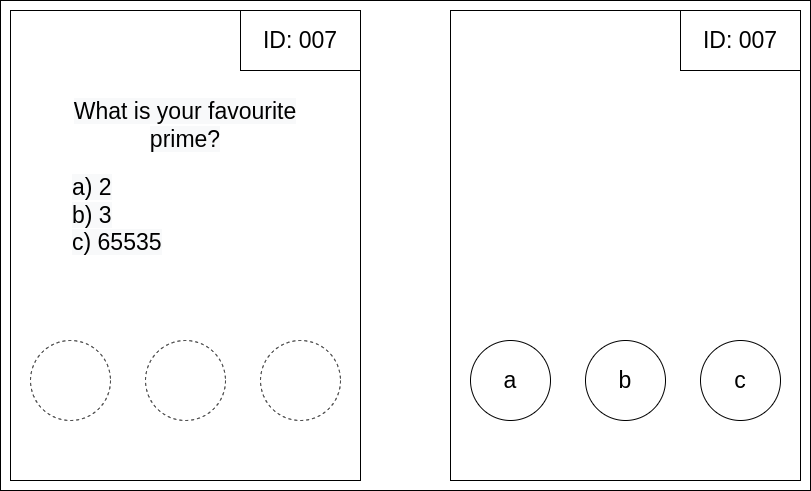
Before: punchscan/resources/high_level_ballot.drawio.png, a diagram exported from draw.io (Lavode/41506-seminar-cryptography-and-data-security). Source tidied: cells renumbered, new cells last; positions are measured from the earlier drawing's top-left corner, leaving out a move shared by most shapes. The source it was exported from:
```xml
<mxGraphModel>
  <root>
    <mxCell id="0" />
    <mxCell id="1" parent="0" />
    <mxCell id="2" style="rounded=0;whiteSpace=wrap;html=1;fontSize=23;" parent="1" vertex="1">
      <mxGeometry width="810" height="490" as="geometry" />
    </mxCell>
    <mxCell id="3" style="group;spacingLeft=17;" parent="1" vertex="1">
      <mxGeometry x="10" y="10" width="350" height="470" as="geometry" />
    </mxCell>
    <mxCell id="4" style="rounded=0;whiteSpace=wrap;html=1;" parent="3" vertex="1">
      <mxGeometry width="350" height="470" as="geometry" />
    </mxCell>
    <mxCell id="5" value="ID: 007" style="rounded=0;whiteSpace=wrap;html=1;fontSize=23;" parent="3" vertex="1">
      <mxGeometry x="230" width="120" height="60" as="geometry" />
    </mxCell>
    <mxCell id="6" style="ellipse;whiteSpace=wrap;html=1;fontSize=23;dashed=1;" parent="3" vertex="1">
      <mxGeometry x="20" y="330" width="80" height="80" as="geometry" />
    </mxCell>
    <mxCell id="7" style="ellipse;whiteSpace=wrap;html=1;fontSize=23;dashed=1;" parent="3" vertex="1">
      <mxGeometry x="135" y="330" width="80" height="80" as="geometry" />
    </mxCell>
    <mxCell id="8" style="ellipse;whiteSpace=wrap;html=1;fontSize=23;dashed=1;" parent="3" vertex="1">
      <mxGeometry x="250" y="330" width="80" height="80" as="geometry" />
    </mxCell>
    <mxCell id="9" value="&lt;span style=&quot;color: rgb(0, 0, 0); font-family: Helvetica; font-size: 23px; font-style: normal; font-variant-ligatures: normal; font-variant-caps: normal; font-weight: 400; letter-spacing: normal; orphans: 2; text-indent: 0px; text-transform: none; widows: 2; word-spacing: 0px; -webkit-text-stroke-width: 0px; background-color: rgb(248, 249, 250); text-decoration-thickness: initial; text-decoration-style: initial; text-decoration-color: initial; float: none; display: inline !important;&quot;&gt;a) 2&lt;/span&gt;&lt;br style=&quot;color: rgb(0, 0, 0); font-family: Helvetica; font-size: 23px; font-style: normal; font-variant-ligatures: normal; font-variant-caps: normal; font-weight: 400; letter-spacing: normal; orphans: 2; text-indent: 0px; text-transform: none; widows: 2; word-spacing: 0px; -webkit-text-stroke-width: 0px; background-color: rgb(248, 249, 250); text-decoration-thickness: initial; text-decoration-style: initial; text-decoration-color: initial;&quot;&gt;&lt;span style=&quot;color: rgb(0, 0, 0); font-family: Helvetica; font-size: 23px; font-style: normal; font-variant-ligatures: normal; font-variant-caps: normal; font-weight: 400; letter-spacing: normal; orphans: 2; text-indent: 0px; text-transform: none; widows: 2; word-spacing: 0px; -webkit-text-stroke-width: 0px; background-color: rgb(248, 249, 250); text-decoration-thickness: initial; text-decoration-style: initial; text-decoration-color: initial; float: none; display: inline !important;&quot;&gt;b) 3&lt;/span&gt;&lt;br style=&quot;color: rgb(0, 0, 0); font-family: Helvetica; font-size: 23px; font-style: normal; font-variant-ligatures: normal; font-variant-caps: normal; font-weight: 400; letter-spacing: normal; orphans: 2; text-indent: 0px; text-transform: none; widows: 2; word-spacing: 0px; -webkit-text-stroke-width: 0px; background-color: rgb(248, 249, 250); text-decoration-thickness: initial; text-decoration-style: initial; text-decoration-color: initial;&quot;&gt;&lt;span style=&quot;color: rgb(0, 0, 0); font-family: Helvetica; font-size: 23px; font-style: normal; font-variant-ligatures: normal; font-variant-caps: normal; font-weight: 400; letter-spacing: normal; orphans: 2; text-indent: 0px; text-transform: none; widows: 2; word-spacing: 0px; -webkit-text-stroke-width: 0px; background-color: rgb(248, 249, 250); text-decoration-thickness: initial; text-decoration-style: initial; text-decoration-color: initial; float: none; display: inline !important;&quot;&gt;c) 65535&lt;/span&gt;" style="text;html=1;strokeColor=none;fillColor=none;align=left;verticalAlign=middle;whiteSpace=wrap;rounded=0;fontSize=23;" parent="3" vertex="1">
      <mxGeometry x="60" y="160" width="230" height="90" as="geometry" />
    </mxCell>
    <mxCell id="10" value="&lt;span style=&quot;color: rgb(0, 0, 0); font-family: Helvetica; font-size: 23px; font-style: normal; font-variant-ligatures: normal; font-variant-caps: normal; font-weight: 400; letter-spacing: normal; orphans: 2; text-align: center; text-indent: 0px; text-transform: none; widows: 2; word-spacing: 0px; -webkit-text-stroke-width: 0px; background-color: rgb(248, 249, 250); text-decoration-thickness: initial; text-decoration-style: initial; text-decoration-color: initial; float: none; display: inline !important;&quot;&gt;What is your favourite prime?&lt;/span&gt;" style="text;html=1;strokeColor=none;fillColor=none;align=center;verticalAlign=middle;whiteSpace=wrap;rounded=0;fontSize=23;" parent="3" vertex="1">
      <mxGeometry x="40" y="90" width="270" height="50" as="geometry" />
    </mxCell>
    <mxCell id="11" style="group;spacingLeft=17;" parent="1" vertex="1">
      <mxGeometry x="450" y="10" width="350" height="470" as="geometry" />
    </mxCell>
    <mxCell id="12" style="rounded=0;whiteSpace=wrap;html=1;" parent="11" vertex="1">
      <mxGeometry width="350" height="470" as="geometry" />
    </mxCell>
    <mxCell id="13" value="ID: 007" style="rounded=0;whiteSpace=wrap;html=1;fontSize=23;" parent="11" vertex="1">
      <mxGeometry x="230" width="120" height="60" as="geometry" />
    </mxCell>
    <mxCell id="14" value="a" style="ellipse;whiteSpace=wrap;html=1;fontSize=23;" parent="11" vertex="1">
      <mxGeometry x="20" y="330" width="80" height="80" as="geometry" />
    </mxCell>
    <mxCell id="15" value="b" style="ellipse;whiteSpace=wrap;html=1;fontSize=23;" parent="11" vertex="1">
      <mxGeometry x="135" y="330" width="80" height="80" as="geometry" />
    </mxCell>
    <mxCell id="16" value="c" style="ellipse;whiteSpace=wrap;html=1;fontSize=23;" parent="11" vertex="1">
      <mxGeometry x="250" y="330" width="80" height="80" as="geometry" />
    </mxCell>
  </root>
</mxGraphModel>
```
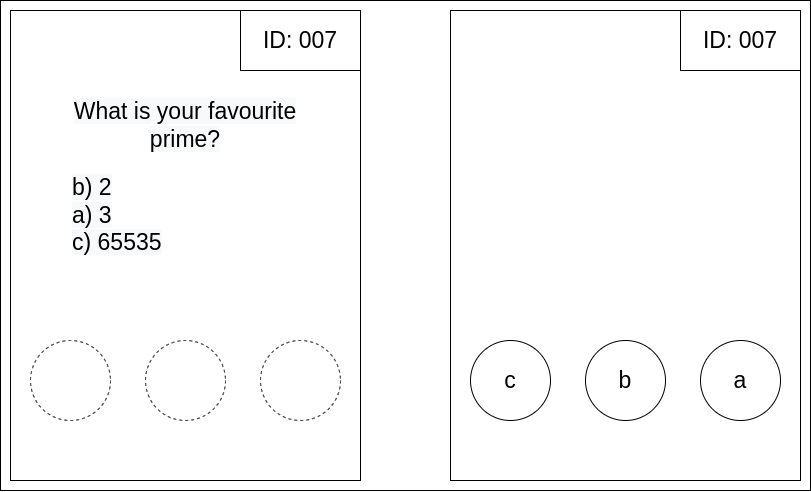
After the commit.

Commit message:
Minor changes to example ballot and notation.

Change to the diagram source:
```diff
@@ -23,7 +23,7 @@
     <mxCell id="8" style="ellipse;whiteSpace=wrap;html=1;fontSize=23;dashed=1;" parent="3" vertex="1">
       <mxGeometry x="250" y="330" width="80" height="80" as="geometry" />
     </mxCell>
-    <mxCell id="9" value="&lt;span style=&quot;color: rgb(0, 0, 0); font-family: Helvetica; font-size: 23px; font-style: normal; font-variant-ligatures: normal; font-variant-caps: normal; font-weight: 400; letter-spacing: normal; orphans: 2; text-indent: 0px; text-transform: none; widows: 2; word-spacing: 0px; -webkit-text-stroke-width: 0px; background-color: rgb(248, 249, 250); text-decoration-thickness: initial; text-decoration-style: initial; text-decoration-color: initial; float: none; display: inline !important;&quot;&gt;a) 2&lt;/span&gt;&lt;br style=&quot;color: rgb(0, 0, 0); font-family: Helvetica; font-size: 23px; font-style: normal; font-variant-ligatures: normal; font-variant-caps: normal; font-weight: 400; letter-spacing: normal; orphans: 2; text-indent: 0px; text-transform: none; widows: 2; word-spacing: 0px; -webkit-text-stroke-width: 0px; background-color: rgb(248, 249, 250); text-decoration-thickness: initial; text-decoration-style: initial; text-decoration-color: initial;&quot;&gt;&lt;span style=&quot;color: rgb(0, 0, 0); font-family: Helvetica; font-size: 23px; font-style: normal; font-variant-ligatures: normal; font-variant-caps: normal; font-weight: 400; letter-spacing: normal; orphans: 2; text-indent: 0px; text-transform: none; widows: 2; word-spacing: 0px; -webkit-text-stroke-width: 0px; background-color: rgb(248, 249, 250); text-decoration-thickness: initial; text-decoration-style: initial; text-decoration-color: initial; float: none; display: inline !important;&quot;&gt;b) 3&lt;/span&gt;&lt;br style=&quot;color: rgb(0, 0, 0); font-family: Helvetica; font-size: 23px; font-style: normal; font-variant-ligatures: normal; font-variant-caps: normal; font-weight: 400; letter-spacing: normal; orphans: 2; text-indent: 0px; text-transform: none; widows: 2; word-spacing: 0px; -webkit-text-stroke-width: 0px; background-color: rgb(248, 249, 250); text-decoration-thickness: initial; text-decoration-style: initial; text-decoration-color: initial;&quot;&gt;&lt;span style=&quot;color: rgb(0, 0, 0); font-family: Helvetica; font-size: 23px; font-style: normal; font-variant-ligatures: normal; font-variant-caps: normal; font-weight: 400; letter-spacing: normal; orphans: 2; text-indent: 0px; text-transform: none; widows: 2; word-spacing: 0px; -webkit-text-stroke-width: 0px; background-color: rgb(248, 249, 250); text-decoration-thickness: initial; text-decoration-style: initial; text-decoration-color: initial; float: none; display: inline !important;&quot;&gt;c) 65535&lt;/span&gt;" style="text;html=1;strokeColor=none;fillColor=none;align=left;verticalAlign=middle;whiteSpace=wrap;rounded=0;fontSize=23;" parent="3" vertex="1">
+    <mxCell id="9" value="&lt;span style=&quot;color: rgb(0, 0, 0); font-family: Helvetica; font-size: 23px; font-style: normal; font-variant-ligatures: normal; font-variant-caps: normal; font-weight: 400; letter-spacing: normal; orphans: 2; text-indent: 0px; text-transform: none; widows: 2; word-spacing: 0px; -webkit-text-stroke-width: 0px; background-color: rgb(248, 249, 250); text-decoration-thickness: initial; text-decoration-style: initial; text-decoration-color: initial; float: none; display: inline !important;&quot;&gt;b) 2&lt;/span&gt;&lt;br style=&quot;color: rgb(0, 0, 0); font-family: Helvetica; font-size: 23px; font-style: normal; font-variant-ligatures: normal; font-variant-caps: normal; font-weight: 400; letter-spacing: normal; orphans: 2; text-indent: 0px; text-transform: none; widows: 2; word-spacing: 0px; -webkit-text-stroke-width: 0px; background-color: rgb(248, 249, 250); text-decoration-thickness: initial; text-decoration-style: initial; text-decoration-color: initial;&quot;&gt;&lt;span style=&quot;color: rgb(0, 0, 0); font-family: Helvetica; font-size: 23px; font-style: normal; font-variant-ligatures: normal; font-variant-caps: normal; font-weight: 400; letter-spacing: normal; orphans: 2; text-indent: 0px; text-transform: none; widows: 2; word-spacing: 0px; -webkit-text-stroke-width: 0px; background-color: rgb(248, 249, 250); text-decoration-thickness: initial; text-decoration-style: initial; text-decoration-color: initial; float: none; display: inline !important;&quot;&gt;a) 3&lt;/span&gt;&lt;br style=&quot;color: rgb(0, 0, 0); font-family: Helvetica; font-size: 23px; font-style: normal; font-variant-ligatures: normal; font-variant-caps: normal; font-weight: 400; letter-spacing: normal; orphans: 2; text-indent: 0px; text-transform: none; widows: 2; word-spacing: 0px; -webkit-text-stroke-width: 0px; background-color: rgb(248, 249, 250); text-decoration-thickness: initial; text-decoration-style: initial; text-decoration-color: initial;&quot;&gt;&lt;span style=&quot;color: rgb(0, 0, 0); font-family: Helvetica; font-size: 23px; font-style: normal; font-variant-ligatures: normal; font-variant-caps: normal; font-weight: 400; letter-spacing: normal; orphans: 2; text-indent: 0px; text-transform: none; widows: 2; word-spacing: 0px; -webkit-text-stroke-width: 0px; background-color: rgb(248, 249, 250); text-decoration-thickness: initial; text-decoration-style: initial; text-decoration-color: initial; float: none; display: inline !important;&quot;&gt;c) 65535&lt;/span&gt;" style="text;html=1;strokeColor=none;fillColor=none;align=left;verticalAlign=middle;whiteSpace=wrap;rounded=0;fontSize=23;" parent="3" vertex="1">
       <mxGeometry x="60" y="160" width="230" height="90" as="geometry" />
     </mxCell>
     <mxCell id="10" value="&lt;span style=&quot;color: rgb(0, 0, 0); font-family: Helvetica; font-size: 23px; font-style: normal; font-variant-ligatures: normal; font-variant-caps: normal; font-weight: 400; letter-spacing: normal; orphans: 2; text-align: center; text-indent: 0px; text-transform: none; widows: 2; word-spacing: 0px; -webkit-text-stroke-width: 0px; background-color: rgb(248, 249, 250); text-decoration-thickness: initial; text-decoration-style: initial; text-decoration-color: initial; float: none; display: inline !important;&quot;&gt;What is your favourite prime?&lt;/span&gt;" style="text;html=1;strokeColor=none;fillColor=none;align=center;verticalAlign=middle;whiteSpace=wrap;rounded=0;fontSize=23;" parent="3" vertex="1">
@@ -38,13 +38,13 @@
     <mxCell id="13" value="ID: 007" style="rounded=0;whiteSpace=wrap;html=1;fontSize=23;" parent="11" vertex="1">
       <mxGeometry x="230" width="120" height="60" as="geometry" />
     </mxCell>
-    <mxCell id="14" value="a" style="ellipse;whiteSpace=wrap;html=1;fontSize=23;" parent="11" vertex="1">
+    <mxCell id="14" value="c" style="ellipse;whiteSpace=wrap;html=1;fontSize=23;" parent="11" vertex="1">
       <mxGeometry x="20" y="330" width="80" height="80" as="geometry" />
     </mxCell>
     <mxCell id="15" value="b" style="ellipse;whiteSpace=wrap;html=1;fontSize=23;" parent="11" vertex="1">
       <mxGeometry x="135" y="330" width="80" height="80" as="geometry" />
     </mxCell>
-    <mxCell id="16" value="c" style="ellipse;whiteSpace=wrap;html=1;fontSize=23;" parent="11" vertex="1">
+    <mxCell id="16" value="a" style="ellipse;whiteSpace=wrap;html=1;fontSize=23;" parent="11" vertex="1">
       <mxGeometry x="250" y="330" width="80" height="80" as="geometry" />
     </mxCell>
   </root>
```
